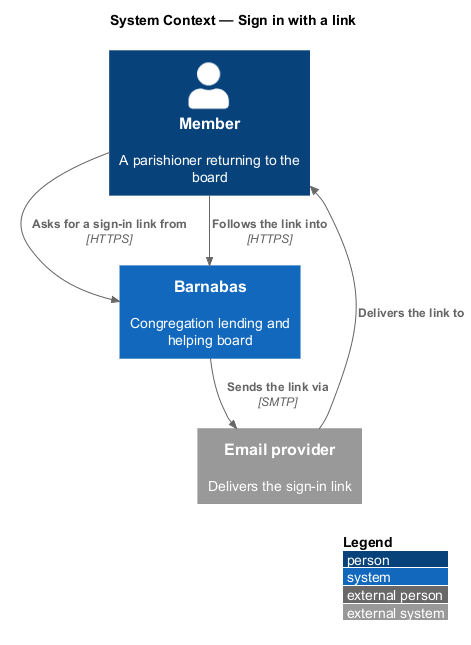
Before: docs/detailed-designs/access/sign-in-with-a-link/diagrams/c4-context.png, a diagram exported from PlantUML (QuinntyneBrown/Barnabas).
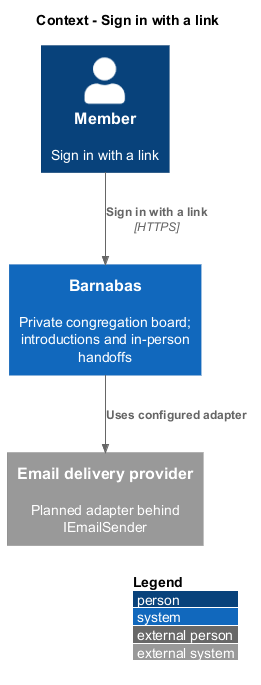
Later version of the same file.

Change to the diagram source:
```diff
@@ -1,15 +1,10 @@
 @startuml
-!pragma layout smetana
 !include <C4/C4_Context>
 LAYOUT_WITH_LEGEND()
-title System Context — Sign in with a link
-
-Person(member, "Member", "A parishioner returning to the board")
-System(barnabas, "Barnabas", "Congregation lending and helping board")
-System_Ext(email, "Email provider", "Delivers the sign-in link")
-
-Rel(member, barnabas, "Asks for a sign-in link from", "HTTPS")
-Rel(barnabas, email, "Sends the link via", "SMTP")
-Rel(email, member, "Delivers the link to")
-Rel(member, barnabas, "Follows the link into", "HTTPS")
+title Context - Sign in with a link
+Person(actor, "Member", "Sign in with a link")
+System(barnabas, "Barnabas", "Private congregation board; introductions and in-person handoffs")
+Rel(actor, barnabas, "Sign in with a link", "HTTPS")
+System_Ext(external, "Email delivery provider", "Planned adapter behind IEmailSender")
+Rel(barnabas, external, "Uses configured adapter")
 @enduml
```
